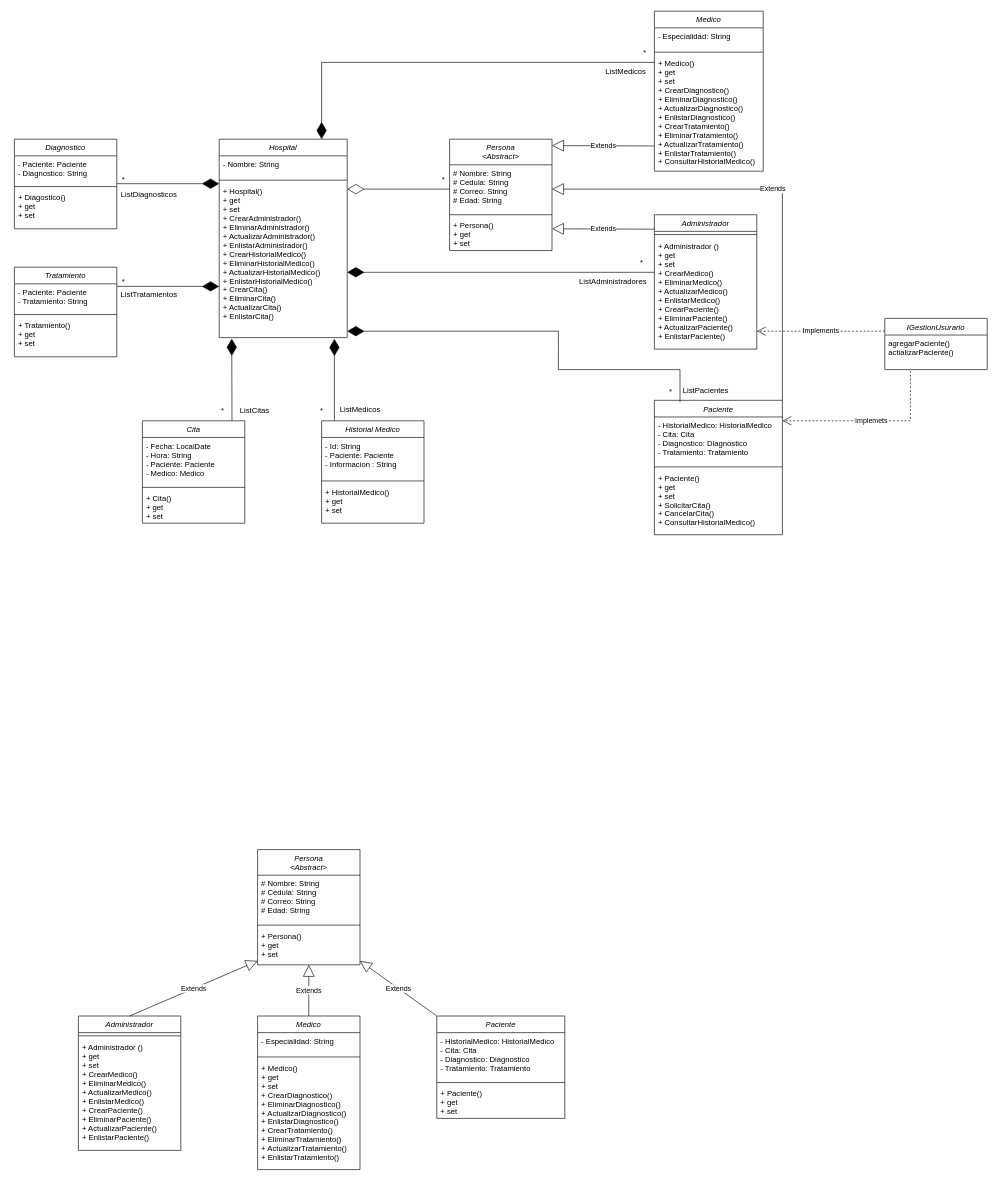
Before: Proyecto Final/Model/Diagrama de Clases.drawio in marklon07/proyectoFinal, a draw.io diagram. Source tidied: cells renumbered, new cells numbered last; positions are measured from the earlier drawing's top-left corner, leaving out a move shared by most shapes. Both pictures are drawn from the tidied source at 64%, with x=0, y=0 at pixel (14, 11).
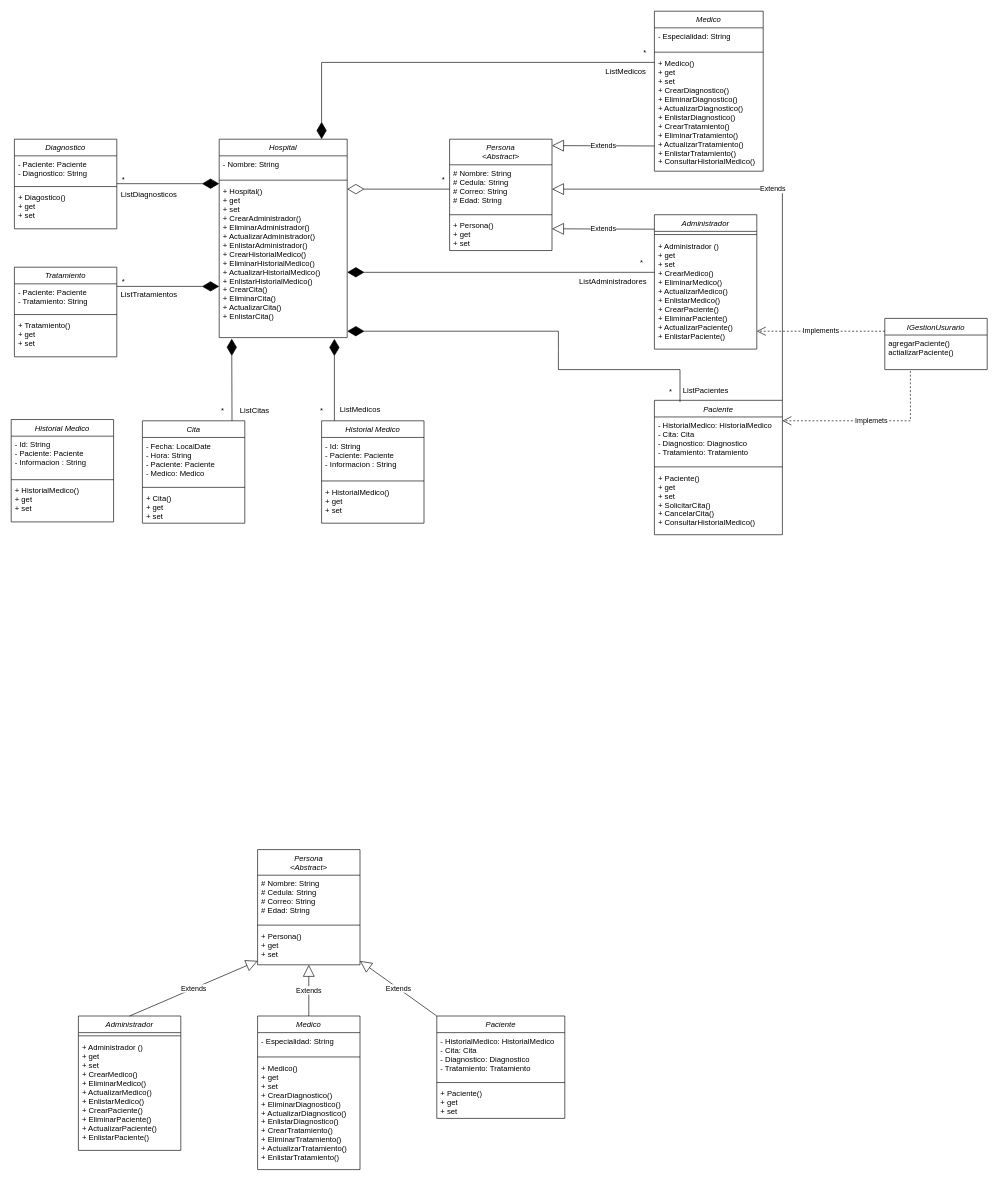
After the change.

Commit message (it also covers changes not shown here):
Se agrega vista de medico con sus respectivos controladores

What changed in the source:
```diff
@@
+    <mxCell id="85" value="Historial Medico" style="swimlane;fontStyle=2;align=center;verticalAlign=top;horizontal=1;startSize=26;rounded=0;shadow=0;strokeWidth=1;" parent="1" vertex="1">
+      <mxGeometry x="-5" y="638" width="160" height="160" as="geometry" />
+    </mxCell>
+    <mxCell id="86" value="- Id: String&#10;- Paciente: Paciente&#10;- Informacion : String" style="text;align=left;verticalAlign=top;spacingLeft=4;spacingRight=4;overflow=hidden;" parent="85" vertex="1">
+      <mxGeometry y="26" width="160" height="64" as="geometry" />
+    </mxCell>
+    <mxCell id="87" style="line;html=1;strokeWidth=1;align=left;verticalAlign=middle;spacingTop=-1;spacingLeft=3;spacingRight=3;labelPosition=right;" parent="85" vertex="1">
+      <mxGeometry y="90" width="160" height="8" as="geometry" />
+    </mxCell>
+    <mxCell id="88" value="+ HistorialMedico()&#10;+ get&#10;+ set" style="text;align=left;verticalAlign=top;spacingLeft=4;spacingRight=4;overflow=hidden;" parent="85" vertex="1">
+      <mxGeometry y="98" width="160" height="62" as="geometry" />
+    </mxCell>
```
